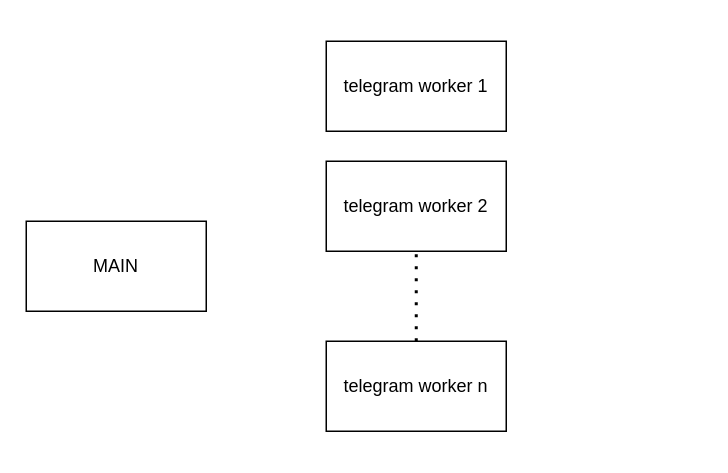
This is page "Страница — 2" (2 of 2) of Диаграмма без названия.drawio from KmvRoman/Diagrams, a draw.io file, before an edit. Source tidied: cells renumbered, new cells numbered last; positions are measured from the earlier drawing's top-left corner, leaving out a move shared by most shapes. Both pictures are drawn from the tidied source at 150%, with x=0, y=0 at pixel (26, 40).
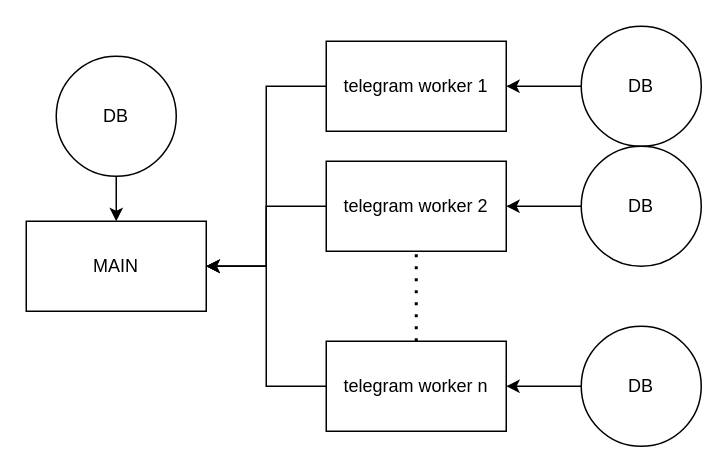
After the change.

The edit, as a diff of the source:
```diff
@@
 <mxGraphModel>
   <root>
     <mxCell id="0" />
     <mxCell id="1" parent="0" />
     <mxCell id="2" value="MAIN" style="rounded=0;whiteSpace=wrap;html=1;" parent="1" vertex="1">
       <mxGeometry y="120" width="120" height="60" as="geometry" />
     </mxCell>
+    <mxCell id="7" style="edgeStyle=orthogonalEdgeStyle;rounded=0;jettySize=auto;html=1;entryX=1;entryY=0.5;entryDx=0;entryDy=0;" parent="1" edge="1" source="3" target="2">
+      <mxGeometry relative="1" as="geometry" />
+    </mxCell>
     <mxCell id="3" value="telegram worker 1" style="rounded=0;whiteSpace=wrap;html=1;" parent="1" vertex="1">
       <mxGeometry x="200" width="120" height="60" as="geometry" />
     </mxCell>
+    <mxCell id="8" style="edgeStyle=orthogonalEdgeStyle;rounded=0;jettySize=auto;html=1;entryX=1;entryY=0.5;entryDx=0;entryDy=0;" parent="1" edge="1" source="4" target="2">
+      <mxGeometry relative="1" as="geometry" />
+    </mxCell>
     <mxCell id="4" value="telegram worker 2" style="rounded=0;whiteSpace=wrap;html=1;" parent="1" vertex="1">
       <mxGeometry x="200" y="80" width="120" height="60" as="geometry" />
     </mxCell>
     <mxCell id="5" style="endArrow=none;dashed=1;html=1;dashPattern=1 3;strokeWidth=2;rounded=0;entryX=0.5;entryY=1;entryDx=0;entryDy=0;exitX=0.5;exitY=0;exitDx=0;exitDy=0;" parent="1" edge="1" source="6" target="4">
       <mxGeometry relative="1" as="geometry" />
     </mxCell>
+    <mxCell id="9" style="edgeStyle=orthogonalEdgeStyle;rounded=0;jettySize=auto;html=1;entryX=1;entryY=0.5;entryDx=0;entryDy=0;" parent="1" edge="1" source="6" target="2">
+      <mxGeometry relative="1" as="geometry" />
+    </mxCell>
     <mxCell id="6" value="telegram worker n" style="rounded=0;whiteSpace=wrap;html=1;" parent="1" vertex="1">
       <mxGeometry x="200" y="200" width="120" height="60" as="geometry" />
     </mxCell>
+    <mxCell id="10" style="edgeStyle=orthogonalEdgeStyle;rounded=0;jettySize=auto;html=1;entryX=1;entryY=0.5;entryDx=0;entryDy=0;" parent="1" edge="1" source="11" target="3">
+      <mxGeometry relative="1" as="geometry" />
+    </mxCell>
+    <mxCell id="11" value="DB" style="ellipse;whiteSpace=wrap;html=1;" parent="1" vertex="1">
+      <mxGeometry x="370" y="-10" width="80" height="80" as="geometry" />
+    </mxCell>
+    <mxCell id="12" style="edgeStyle=orthogonalEdgeStyle;rounded=0;jettySize=auto;html=1;entryX=1;entryY=0.5;entryDx=0;entryDy=0;" parent="1" edge="1" source="13" target="4">
+      <mxGeometry relative="1" as="geometry" />
+    </mxCell>
+    <mxCell id="13" value="DB" style="ellipse;whiteSpace=wrap;html=1;" parent="1" vertex="1">
+      <mxGeometry x="370" y="70" width="80" height="80" as="geometry" />
+    </mxCell>
+    <mxCell id="14" style="edgeStyle=orthogonalEdgeStyle;rounded=0;jettySize=auto;html=1;entryX=1;entryY=0.5;entryDx=0;entryDy=0;" parent="1" edge="1" source="15" target="6">
+      <mxGeometry relative="1" as="geometry" />
+    </mxCell>
+    <mxCell id="15" value="DB" style="ellipse;whiteSpace=wrap;html=1;" parent="1" vertex="1">
+      <mxGeometry x="370" y="190" width="80" height="80" as="geometry" />
+    </mxCell>
+    <mxCell id="16" style="edgeStyle=orthogonalEdgeStyle;rounded=0;jettySize=auto;html=1;entryX=0.5;entryY=0;entryDx=0;entryDy=0;" parent="1" edge="1" source="17" target="2">
+      <mxGeometry relative="1" as="geometry" />
+    </mxCell>
+    <mxCell id="17" value="DB" style="ellipse;whiteSpace=wrap;html=1;" parent="1" vertex="1">
+      <mxGeometry x="20" y="10" width="80" height="80" as="geometry" />
+    </mxCell>
   </root>
 </mxGraphModel>
```
